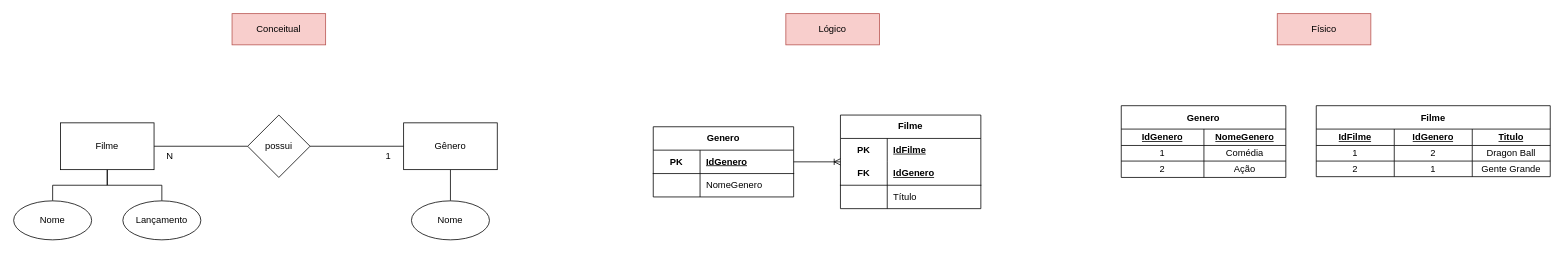
Before: page "00" (1 of 7) of ex.drawio in gsampaiowz/senai_sem2, a draw.io diagram. Source tidied: cells renumbered, new cells numbered last; positions are measured from the earlier drawing's top-left corner, leaving out a move shared by most shapes. Both pictures are drawn from the tidied source at 78%, with x=0, y=0 at pixel (13, 13).
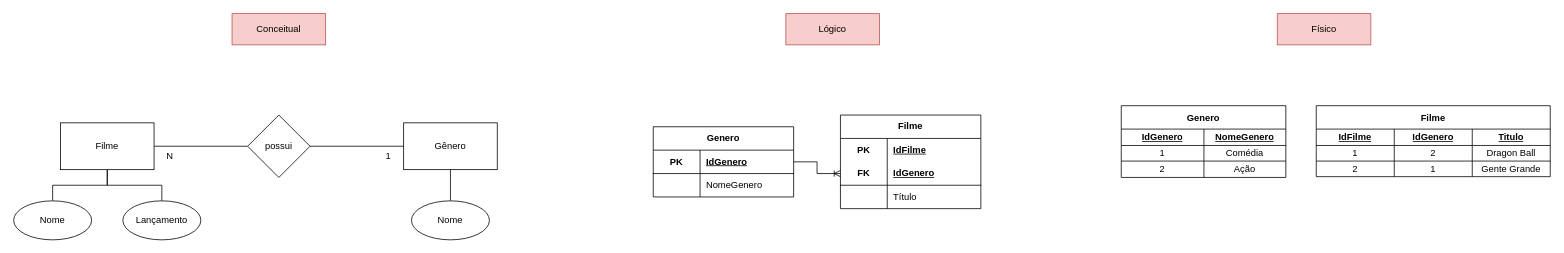
After the change.

The change refers to these unchanged cells:
```xml
<mxCell id="17" value="Filme" style="shape=table;startSize=30;childLayout=tableLayout;rowLines=0;fontStyle=1;align=center;html=1;whiteSpace=wrap;" parent="1" vertex="1">
  <mxGeometry x="1060" y="130" width="180" height="120" as="geometry" />
</mxCell>
<mxCell id="21" style="shape=tableRow;horizontal=0;startSize=0;swimlaneHead=0;swimlaneBody=0;fillColor=none;points=[[0,0.5],[1,0.5]];portConstraint=eastwest;top=0;left=0;right=0;bottom=1;html=1;" parent="17" vertex="1">
  <mxGeometry y="60" width="180" height="30" as="geometry" />
</mxCell>
<mxCell id="28" value="Genero" style="shape=table;startSize=30;childLayout=tableLayout;rowLines=0;fontStyle=1;align=center;html=1;whiteSpace=wrap;" parent="1" vertex="1">
  <mxGeometry x="820" y="145" width="180" height="90" as="geometry" />
</mxCell>
```

Diff of the diagram source:
```diff
@@
-    <mxCell id="27" style="edgeStyle=entityRelationEdgeStyle;fontSize=12;html=1;endArrow=ERoneToMany;rounded=0;" parent="1" edge="1" source="28" target="17">
+    <mxCell id="27" style="edgeStyle=entityRelationEdgeStyle;fontSize=12;html=1;endArrow=ERoneToMany;rounded=0;" parent="1" edge="1" source="28" target="21">
       <mxGeometry relative="1" as="geometry" />
     </mxCell>
```
